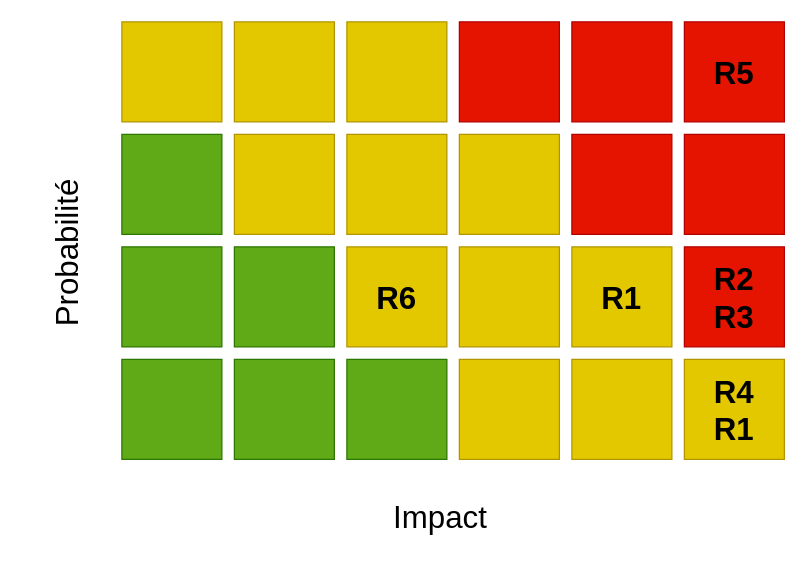
Earlier version of the draw.io diagram risques.drawio (GearShift-Games/C0N-DU8). Source tidied: cells renumbered, new cells numbered last; positions are measured from the earlier drawing's top-left corner, leaving out a move shared by most shapes. Both pictures are drawn from the tidied source at 125%, with x=0, y=0 at pixel (-29, 21).
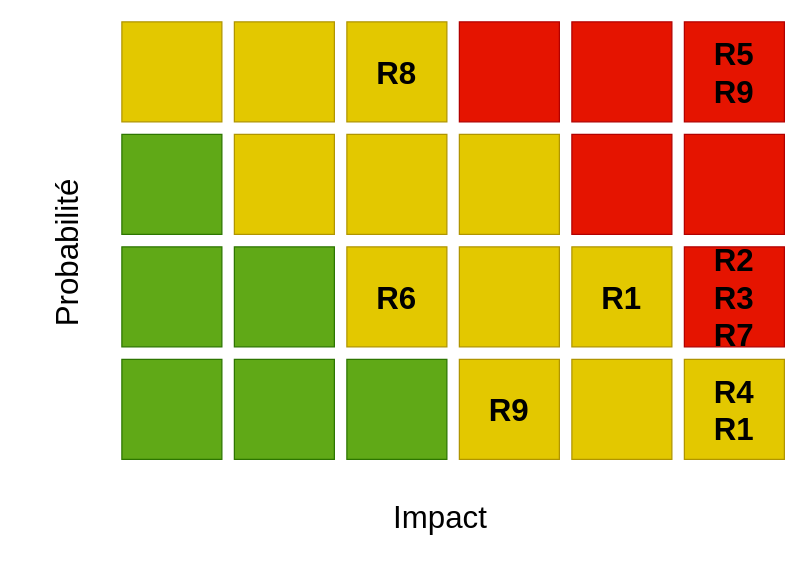
Above is the later version.

Change to the diagram source:
```diff
@@
-    <mxCell id="3" style="whiteSpace=wrap;html=1;fillColor=#e3c800;fontColor=#000000;strokeColor=#B09500;fontStyle=1;fontSize=25;" parent="1" vertex="1">
+    <mxCell id="3" value="R8" style="whiteSpace=wrap;html=1;fillColor=#e3c800;fontColor=#000000;strokeColor=#B09500;fontStyle=1;fontSize=25;" parent="1" vertex="1">
       <mxGeometry x="300" width="80" height="80" as="geometry" />
     </mxCell>
@@
-    <mxCell id="6" value="&lt;span style=&quot;color: rgb(0, 0, 0);&quot;&gt;R5&lt;/span&gt;" style="whiteSpace=wrap;html=1;fillColor=#e51400;fontColor=#ffffff;strokeColor=#B20000;fontStyle=1;fontSize=25;" parent="1" vertex="1">
+    <mxCell id="6" value="&lt;span style=&quot;color: rgb(0, 0, 0);&quot;&gt;R5&lt;br&gt;R9&lt;br&gt;&lt;/span&gt;" style="whiteSpace=wrap;html=1;fillColor=#e51400;fontColor=#ffffff;strokeColor=#B20000;fontStyle=1;fontSize=25;" parent="1" vertex="1">
       <mxGeometry x="570" width="80" height="80" as="geometry" />
     </mxCell>
@@
-    <mxCell id="18" value="&lt;span style=&quot;color: rgb(0, 0, 0);&quot;&gt;R2&lt;br&gt;&lt;/span&gt;&lt;span style=&quot;color: rgb(0, 0, 0);&quot;&gt;R3&lt;/span&gt;" style="whiteSpace=wrap;html=1;fillColor=#e51400;fontColor=#ffffff;strokeColor=#B20000;fontStyle=1;fontSize=25;" parent="1" vertex="1">
+    <mxCell id="18" value="&lt;span style=&quot;color: rgb(0, 0, 0);&quot;&gt;R2&lt;br&gt;&lt;/span&gt;&lt;span style=&quot;color: rgb(0, 0, 0);&quot;&gt;R3&lt;br&gt;R7&lt;br&gt;&lt;/span&gt;" style="whiteSpace=wrap;html=1;fillColor=#e51400;fontColor=#ffffff;strokeColor=#B20000;fontStyle=1;fontSize=25;" parent="1" vertex="1">
       <mxGeometry x="570" y="180" width="80" height="80" as="geometry" />
     </mxCell>
@@
-    <mxCell id="22" style="whiteSpace=wrap;html=1;fillColor=#e3c800;fontColor=#000000;strokeColor=#B09500;fontStyle=1;fontSize=25;" parent="1" vertex="1">
+    <mxCell id="22" value="R9" style="whiteSpace=wrap;html=1;fillColor=#e3c800;fontColor=#000000;strokeColor=#B09500;fontStyle=1;fontSize=25;" parent="1" vertex="1">
       <mxGeometry x="390" y="270" width="80" height="80" as="geometry" />
     </mxCell>
```
